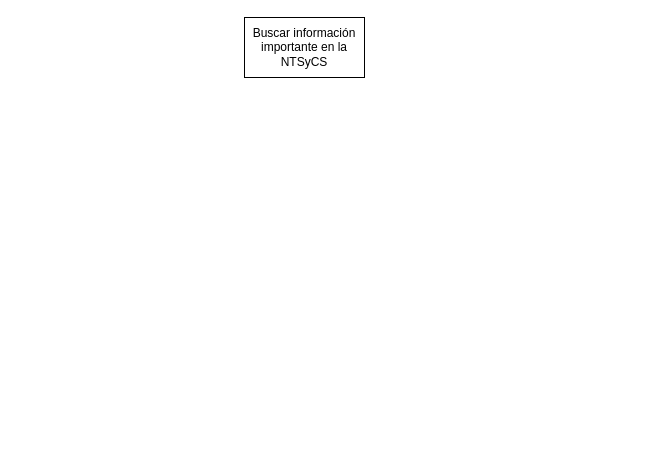
The draw.io diagram Diagrama sin título.drawio in Reinaldo-usm/G1A_SEP1_S12024, before the edit. Source tidied: cells renumbered, new cells numbered last; positions are measured from the earlier drawing's top-left corner, leaving out a move shared by most shapes. Both pictures are drawn from the tidied source at 100%, with x=0, y=0 at pixel (244, 17).
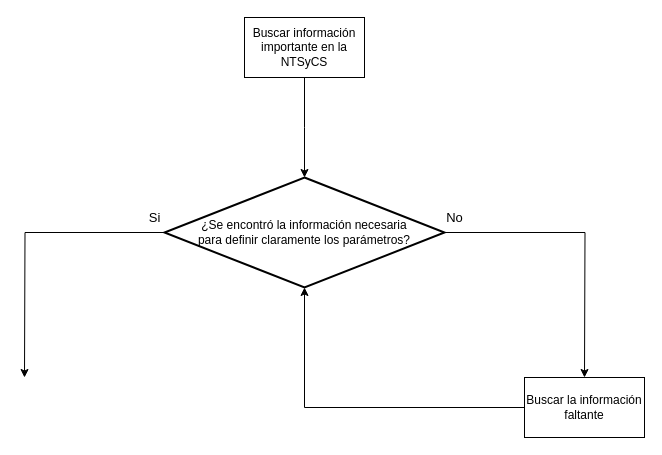
The same page after the edit.

What changed in the source:
```diff
@@
 <mxGraphModel>
   <root>
     <mxCell id="0" />
     <mxCell id="1" parent="0" />
+    <mxCell id="3" style="edgeStyle=orthogonalEdgeStyle;rounded=0;jettySize=auto;html=1;" parent="1" edge="1" source="2">
+      <mxGeometry relative="1" as="geometry">
+        <mxPoint x="60" y="160" as="targetPoint" />
+      </mxGeometry>
+    </mxCell>
     <mxCell id="2" value="Buscar información importante en la NTSyCS" style="rounded=0;whiteSpace=wrap;html=1;" parent="1" vertex="1">
       <mxGeometry width="120" height="60" as="geometry" />
     </mxCell>
+    <mxCell id="4" value="&lt;font style=&quot;font-size: 13px;&quot;&gt;Si&lt;/font&gt;" style="edgeStyle=orthogonalEdgeStyle;rounded=0;jettySize=auto;html=1;exitX=0;exitY=0.5;exitDx=0;exitDy=0;exitPerimeter=0;" parent="1" edge="1" source="6">
+      <mxGeometry x="-0.93" y="-15" relative="1" as="geometry">
+        <mxPoint x="-220" y="360" as="targetPoint" />
+      </mxGeometry>
+    </mxCell>
+    <mxCell id="5" value="&lt;font style=&quot;font-size: 13px;&quot;&gt;No&lt;/font&gt;" style="edgeStyle=orthogonalEdgeStyle;rounded=0;jettySize=auto;html=1;exitX=1;exitY=0.5;exitDx=0;exitDy=0;exitPerimeter=0;" parent="1" edge="1" source="6">
+      <mxGeometry x="-0.93" y="15" relative="1" as="geometry">
+        <mxPoint x="340" y="360" as="targetPoint" />
+      </mxGeometry>
+    </mxCell>
+    <mxCell id="6" value="&lt;div style=&quot;&quot;&gt;&lt;span style=&quot;background-color: initial;&quot;&gt;¿Se encontró la información necesaria&lt;/span&gt;&lt;/div&gt;&lt;div style=&quot;&quot;&gt;&lt;span style=&quot;background-color: initial;&quot;&gt;para definir claramente los parámetros?&lt;/span&gt;&lt;/div&gt;" style="strokeWidth=2;html=1;shape=mxgraph.flowchart.decision;whiteSpace=wrap;align=center;" parent="1" vertex="1">
+      <mxGeometry x="-80" y="160" width="280" height="110" as="geometry" />
+    </mxCell>
+    <mxCell id="7" value="Buscar la información faltante" style="whiteSpace=wrap;html=1;" parent="1" vertex="1">
+      <mxGeometry x="280" y="360" width="120" height="60" as="geometry" />
+    </mxCell>
+    <mxCell id="8" style="edgeStyle=orthogonalEdgeStyle;rounded=0;jettySize=auto;html=1;exitX=0;exitY=0.5;exitDx=0;exitDy=0;entryX=0.5;entryY=1;entryDx=0;entryDy=0;entryPerimeter=0;" parent="1" edge="1" source="7" target="6">
+      <mxGeometry relative="1" as="geometry" />
+    </mxCell>
   </root>
 </mxGraphModel>
```
